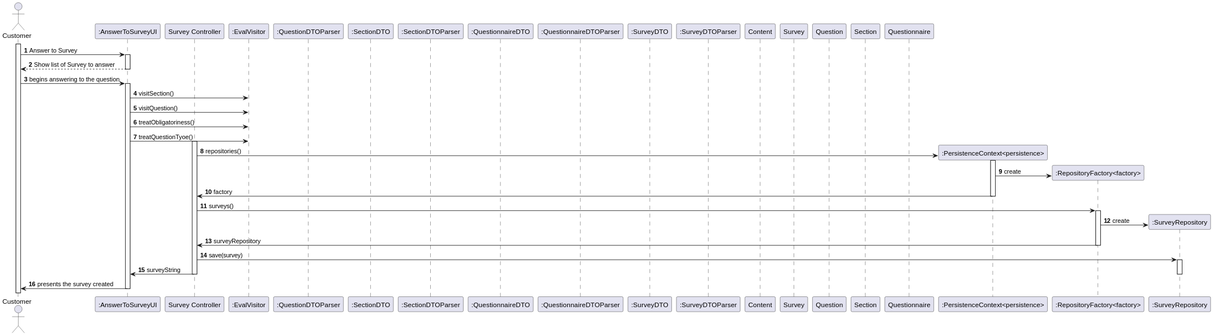
Before: docs/1201568/US3501/Diagramas/SD.svg, a diagram exported from PlantUML (RuiRioPina/LAPR4-21-22).
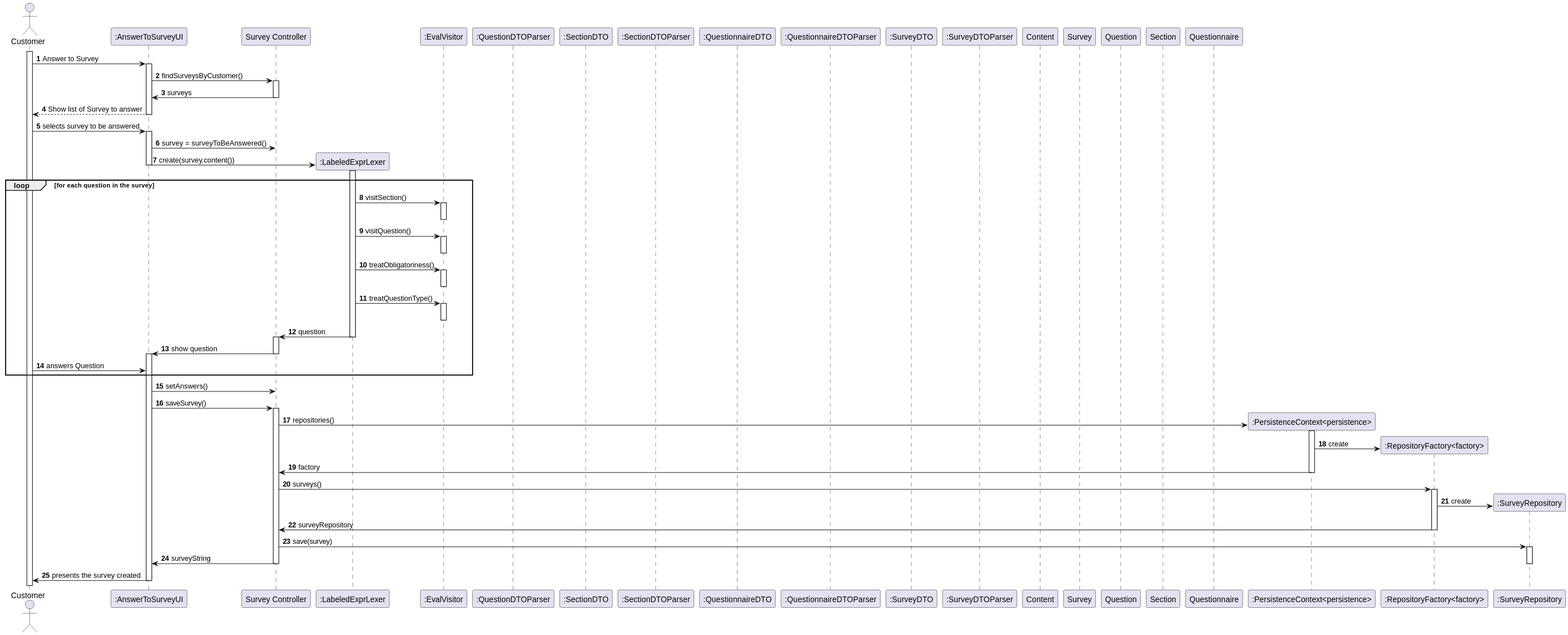
Later version of the same file.

What changed in the source:
```diff
@@ -3,6 +3,7 @@
 actor "Customer" as MEDLT
 participant ":AnswerToSurveyUI" as SYS
 participant "Survey Controller" as CTRL
+participant ":LabeledExprLexer" as EXPR
 participant ":EvalVisitor" as EVAL
 participant ":QuestionDTOParser" as QDTOP
 participant ":SectionDTO" as SDTO
@@ -26,21 +27,63 @@
 MEDLT-> SYS : Answer to Survey
 
 activate SYS
+SYS-> CTRL : findSurveysByCustomer()
+
+activate CTRL
+CTRL -> SYS: surveys
+deactivate CTRL
+
 SYS --> MEDLT : Show list of Survey to answer
 
 deactivate SYS
 
 
-MEDLT-> SYS : begins answering to the question
+
+MEDLT-> SYS : selects survey to be answered
+
+activate SYS
+SYS-> CTRL :survey =  surveyToBeAnswered()
+
+
+
+SYS-> EXPR** : create(survey.content())
+deactivate SYS
+
+loop for each question in the survey
+
+activate EXPR
+EXPR->EVAL : visitSection()
+
+activate EVAL
+deactivate EVAL
+
+EXPR->EVAL : visitQuestion()
+activate EVAL
+deactivate EVAL
+EXPR->EVAL : treatObligatoriness()
+activate EVAL
+deactivate EVAL
+EXPR->EVAL : treatQuestionType()
+activate EVAL
+deactivate EVAL
+
+EXPR->CTRL : question
+deactivate EXPR
+
+
+activate CTRL
+
+
+CTRL->SYS : show question
+deactivate CTRL
 activate SYS
 
-SYS->EVAL : visitSection()
+MEDLT-> SYS : answers Question
+end loop
 
-SYS->EVAL : visitQuestion()
+SYS -> CTRL : setAnswers()
 
-SYS->EVAL : treatObligatoriness()
-
-SYS->EVAL : treatQuestionTyoe()
+SYS -> CTRL : saveSurvey()
 
 
 
```
